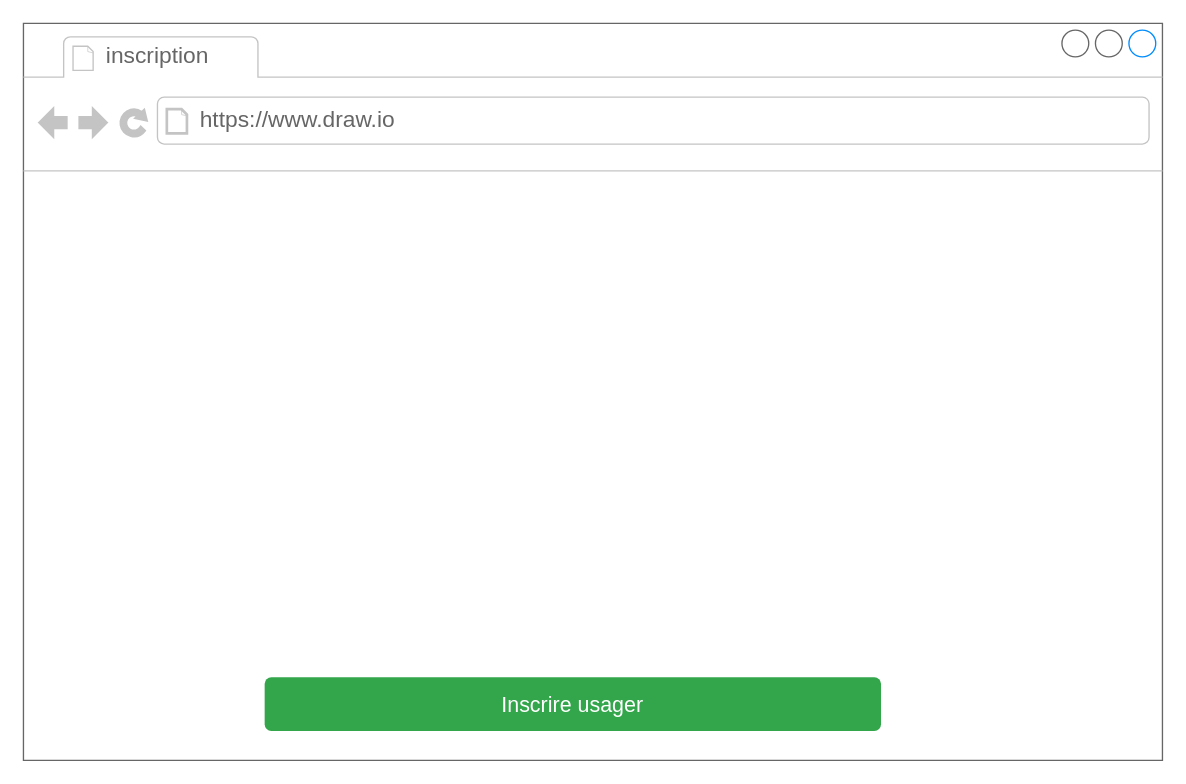
This is page "inscription" (4 of 8) of maquetter_une_application/realiser_la_maquette_ux_ui/phase_3/maquetage_personnel.drawio from Rustam0-0/cda, a draw.io file, before an edit. Source tidied: cells renumbered, new cells numbered last; positions are measured from the earlier drawing's top-left corner, leaving out a move shared by most shapes. Both pictures are drawn from the tidied source at 134%, with x=0, y=0 at pixel (23, 23).
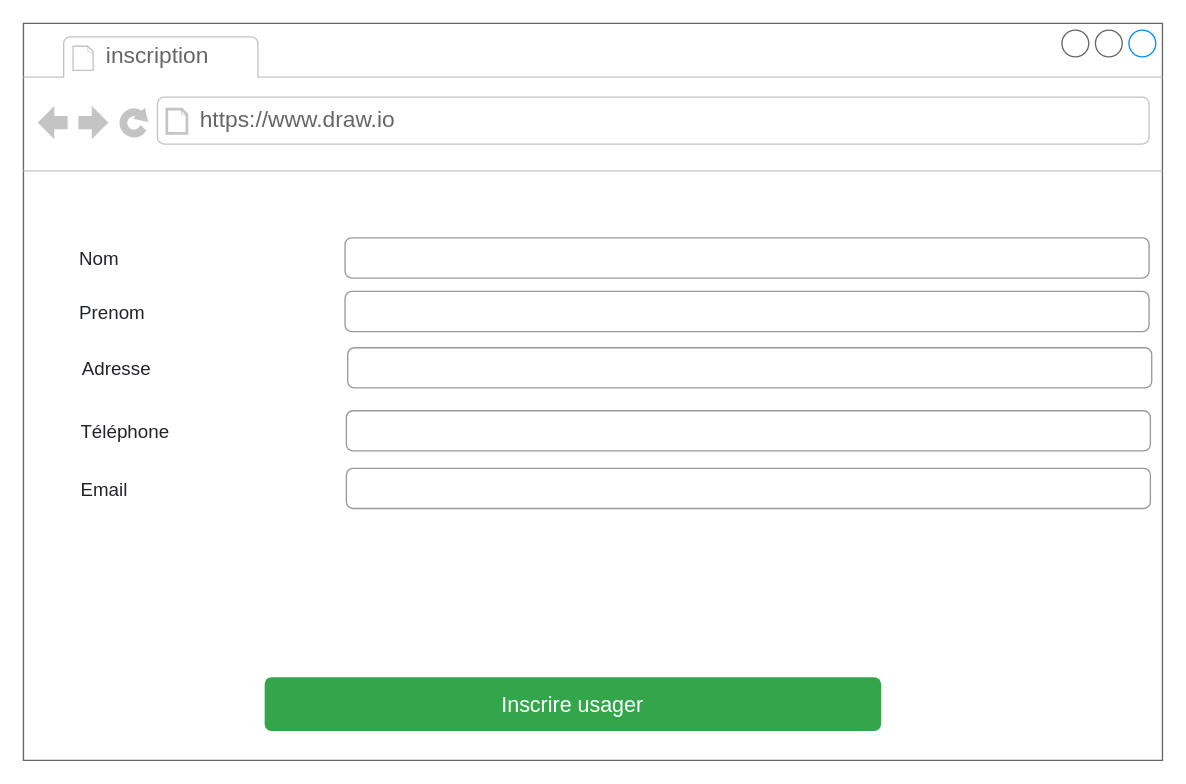
The same diagram, later.

Change to the diagram source:
```diff
@@
 <mxGraphModel>
   <root>
     <mxCell id="0" />
     <mxCell id="1" parent="0" />
     <mxCell id="2" style="strokeWidth=1;shadow=0;dashed=0;align=center;html=1;shape=mxgraph.mockup.containers.browserWindow;rSize=0;strokeColor=#666666;strokeColor2=#008cff;strokeColor3=#c4c4c4;mainText=,;" parent="1" vertex="1">
       <mxGeometry width="850" height="550" as="geometry" />
     </mxCell>
     <mxCell id="3" value="inscription" style="strokeWidth=1;shadow=0;dashed=0;align=center;html=1;shape=mxgraph.mockup.containers.anchor;fontSize=17;fontColor=#666666;align=left;" parent="2" vertex="1">
       <mxGeometry x="60" y="12" width="110" height="26" as="geometry" />
     </mxCell>
     <mxCell id="4" value="https://www.draw.io" style="strokeWidth=1;shadow=0;dashed=0;align=center;html=1;shape=mxgraph.mockup.containers.anchor;rSize=0;fontSize=17;fontColor=#666666;align=left;" parent="2" vertex="1">
       <mxGeometry x="130" y="60" width="250" height="26" as="geometry" />
     </mxCell>
     <mxCell id="5" value="Inscrire usager" style="html=1;shadow=0;dashed=0;shape=mxgraph.bootstrap.rrect;rSize=5;strokeColor=none;strokeWidth=1;fillColor=#33A64C;fontColor=#FFFFFF;whiteSpace=wrap;align=center;verticalAlign=middle;spacingLeft=0;fontStyle=0;fontSize=16;spacing=5;" parent="2" vertex="1">
       <mxGeometry x="180" y="488" width="460" height="40" as="geometry" />
     </mxCell>
+    <mxCell id="6" value="Nom" style="fillColor=none;strokeColor=none;align=left;fontSize=14;fontColor=#212529;" parent="2" vertex="1">
+      <mxGeometry x="40" y="160" width="200" height="30" as="geometry" />
+    </mxCell>
+    <mxCell id="7" style="html=1;shadow=0;dashed=0;shape=mxgraph.bootstrap.rrect;rSize=5;fillColor=none;strokeColor=#999999;align=left;spacing=15;fontSize=14;fontColor=#6C767D;" parent="2" vertex="1">
+      <mxGeometry x="240" y="160" width="600" height="30" as="geometry" />
+    </mxCell>
+    <mxCell id="8" value="Prenom" style="fillColor=none;strokeColor=none;align=left;fontSize=14;fontColor=#212529;" parent="2" vertex="1">
+      <mxGeometry x="40" y="200" width="200" height="30" as="geometry" />
+    </mxCell>
+    <mxCell id="9" style="html=1;shadow=0;dashed=0;shape=mxgraph.bootstrap.rrect;rSize=5;fillColor=none;strokeColor=#999999;align=left;spacing=15;fontSize=14;fontColor=#6C767D;" parent="2" vertex="1">
+      <mxGeometry x="240" y="200" width="600" height="30" as="geometry" />
+    </mxCell>
+    <mxCell id="10" value="Adresse" style="fillColor=none;strokeColor=none;align=left;fontSize=14;fontColor=#212529;" parent="1" vertex="1">
+      <mxGeometry x="42" y="242" width="200" height="30" as="geometry" />
+    </mxCell>
+    <mxCell id="11" style="html=1;shadow=0;dashed=0;shape=mxgraph.bootstrap.rrect;rSize=5;fillColor=none;strokeColor=#999999;align=left;spacing=15;fontSize=14;fontColor=#6C767D;" parent="1" vertex="1">
+      <mxGeometry x="242" y="242" width="600" height="30" as="geometry" />
+    </mxCell>
+    <mxCell id="12" value="Téléphone" style="fillColor=none;strokeColor=none;align=left;fontSize=14;fontColor=#212529;" parent="1" vertex="1">
+      <mxGeometry x="41" y="289" width="200" height="30" as="geometry" />
+    </mxCell>
+    <mxCell id="13" style="html=1;shadow=0;dashed=0;shape=mxgraph.bootstrap.rrect;rSize=5;fillColor=none;strokeColor=#999999;align=left;spacing=15;fontSize=14;fontColor=#6C767D;" parent="1" vertex="1">
+      <mxGeometry x="241" y="289" width="600" height="30" as="geometry" />
+    </mxCell>
+    <mxCell id="14" value="Email" style="fillColor=none;strokeColor=none;align=left;fontSize=14;fontColor=#212529;" parent="1" vertex="1">
+      <mxGeometry x="41" y="332" width="200" height="30" as="geometry" />
+    </mxCell>
+    <mxCell id="15" style="html=1;shadow=0;dashed=0;shape=mxgraph.bootstrap.rrect;rSize=5;fillColor=none;strokeColor=#999999;align=left;spacing=15;fontSize=14;fontColor=#6C767D;" parent="1" vertex="1">
+      <mxGeometry x="241" y="332" width="600" height="30" as="geometry" />
+    </mxCell>
   </root>
 </mxGraphModel>
```
